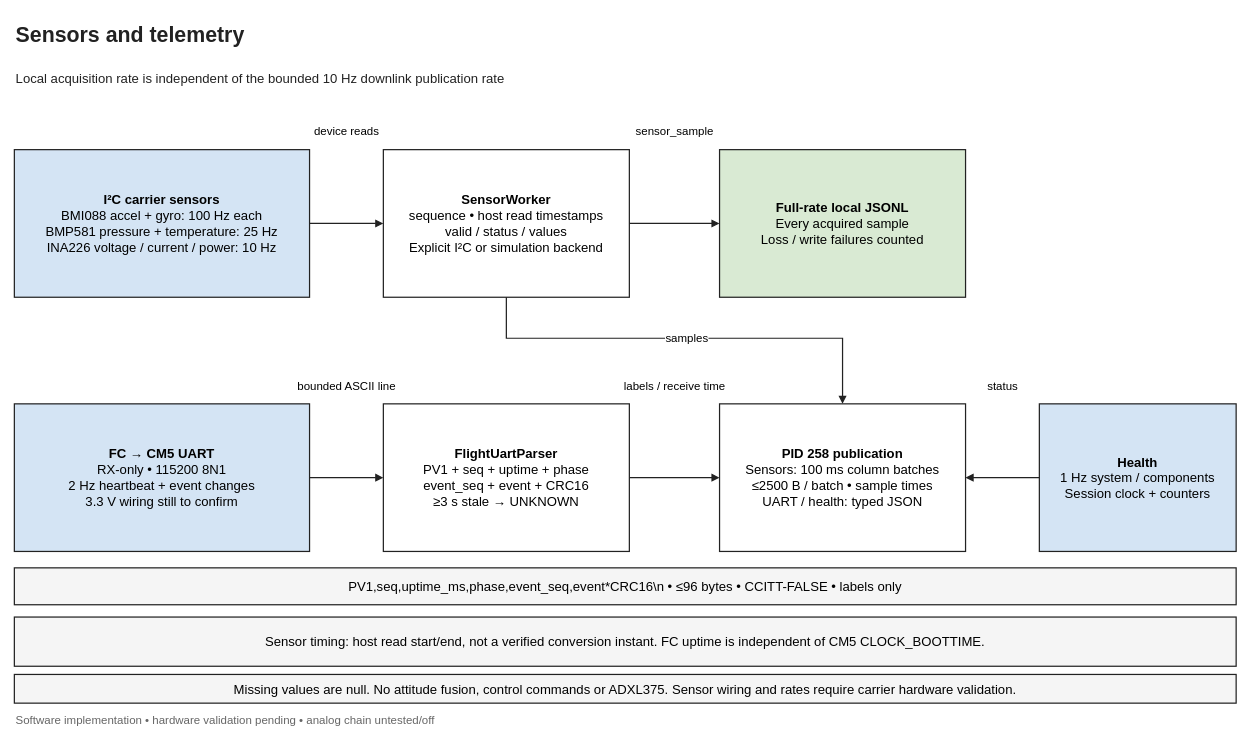
This is page "Sensors and telemetry" (3 of 5) of software/architecture.drawio from stanford-ssi/PigeonVision, a draw.io file, before an edit. Source tidied: cells renumbered, new cells numbered last; positions are measured from the earlier drawing's top-left corner, leaving out a move shared by most shapes. Both pictures are drawn from the tidied source at 82%, with x=0, y=0 at pixel (14, 14).
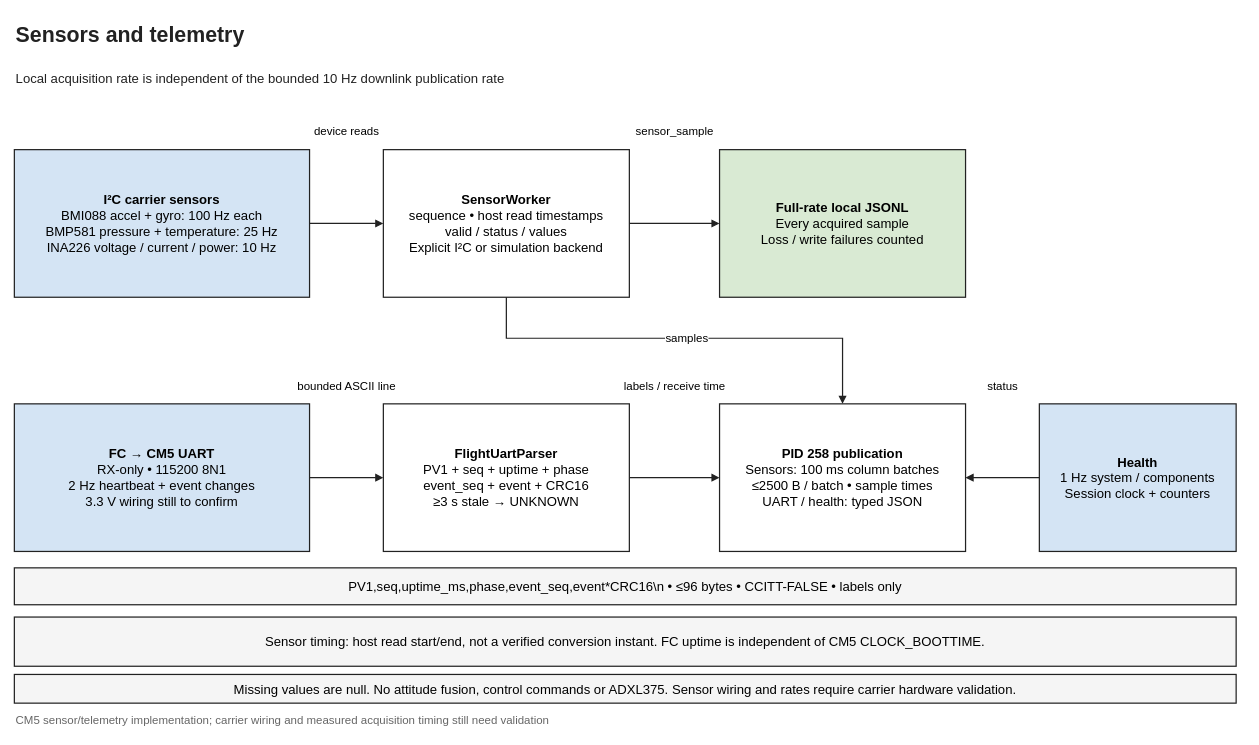
Above is the later version.

Diff of the diagram source:
```diff
@@
-    <mxCell id="4" value="Software implementation • hardware validation pending • analog chain untested/off" style="text;html=0;align=left;verticalAlign=middle;fillColor=none;strokeColor=none;fontFamily=Arial;fontSize=16;fontColor=#222222;fontSize=14;fontColor=#666666;" parent="1" vertex="1">
+    <mxCell id="4" value="CM5 sensor/telemetry implementation; carrier wiring and measured acquisition timing still need validation" style="text;html=0;align=left;verticalAlign=middle;fillColor=none;strokeColor=none;fontFamily=Arial;fontSize=16;fontColor=#222222;fontSize=14;fontColor=#666666;" parent="1" vertex="1">
       <mxGeometry y="845" width="1500" height="30" as="geometry" />
     </mxCell>
```
